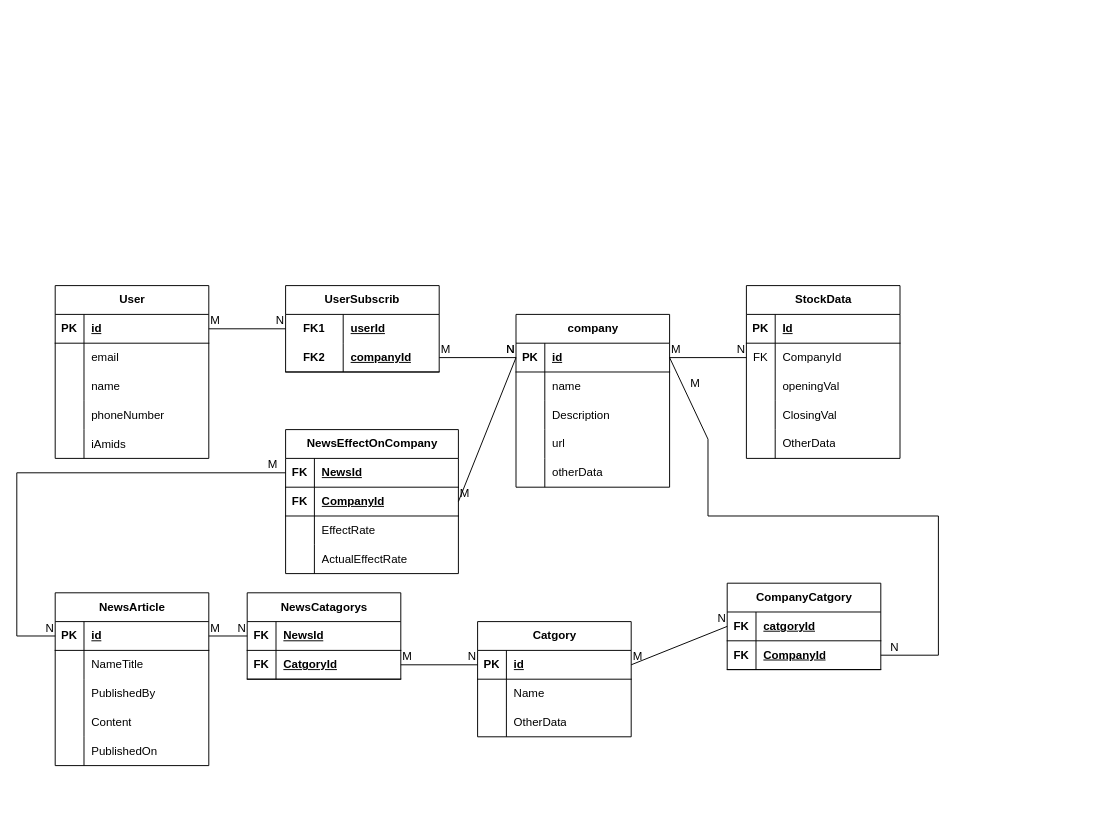
Before: dataBaseDesign.drawio in bvgaurav4/Stocks, a draw.io diagram. Source tidied: cells renumbered, new cells numbered last; positions are measured from the earlier drawing's top-left corner, leaving out a move shared by most shapes. Both pictures are drawn from the tidied source at 96%, with x=0, y=0 at pixel (16, 285).
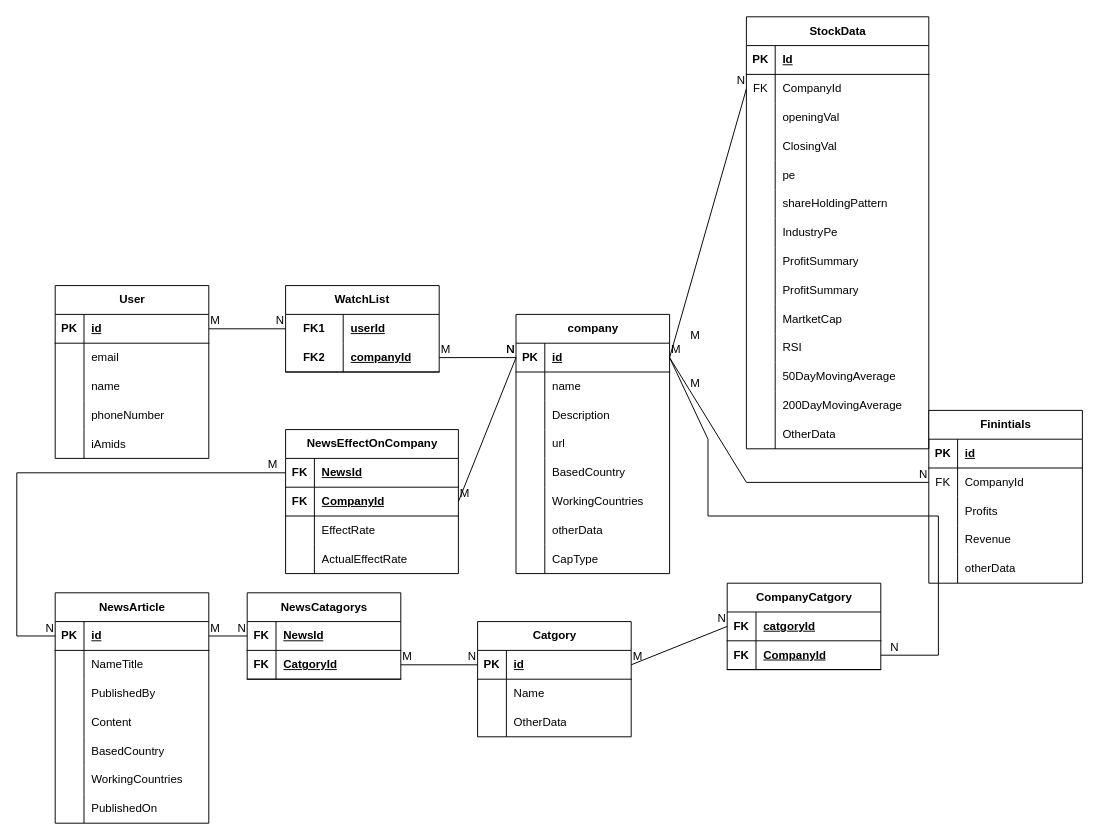
After the change.

The change refers to these unchanged cells:
```xml
<mxCell id="26" style="shape=tableRow;horizontal=0;startSize=0;swimlaneHead=0;swimlaneBody=0;fillColor=none;points=[[0,0.5],[1,0.5]];portConstraint=eastwest;top=0;left=0;right=0;bottom=1;" parent="25" vertex="1">
  <mxGeometry y="30" width="160" height="30" as="geometry" />
</mxCell>
```

The edit, as a diff of the source:
```diff
@@
-    <mxCell id="18" value="UserSubscrib" style="shape=table;startSize=30;childLayout=tableLayout;rowLines=0;fontStyle=1;align=center;html=1;whiteSpace=wrap;" parent="1" vertex="1">
+    <mxCell id="18" value="WatchList" style="shape=table;startSize=30;childLayout=tableLayout;rowLines=0;fontStyle=1;align=center;html=1;whiteSpace=wrap;" parent="1" vertex="1">
       <mxGeometry x="280" width="160" height="90" as="geometry" />
     </mxCell>
@@
     <mxCell id="25" value="company" style="shape=table;startSize=30;childLayout=tableLayout;rowLines=0;fontStyle=1;align=center;html=1;" parent="1" vertex="1">
-      <mxGeometry x="520" y="30" width="160" height="180" as="geometry" />
+      <mxGeometry x="520" y="30" width="160" height="270" as="geometry" />
     </mxCell>
@@
+    <mxCell id="137" style="shape=tableRow;horizontal=0;startSize=0;swimlaneHead=0;swimlaneBody=0;fillColor=none;top=0;left=0;right=0;bottom=0;" parent="25" vertex="1">
+      <mxGeometry y="150" width="160" height="30" as="geometry" />
+    </mxCell>
+    <mxCell id="138" style="shape=partialRectangle;fillColor=none;top=0;left=0;bottom=0;right=0;overflow=hidden;whiteSpace=wrap;html=1;" parent="137" vertex="1">
+      <mxGeometry width="30" height="30" as="geometry" />
+    </mxCell>
+    <mxCell id="139" value="BasedCountry" style="shape=partialRectangle;fillColor=none;top=0;left=0;bottom=0;right=0;align=left;spacingLeft=6;overflow=hidden;whiteSpace=wrap;html=1;" parent="137" vertex="1">
+      <mxGeometry x="30" width="130" height="30" as="geometry" />
+    </mxCell>
     <mxCell id="38" style="shape=tableRow;horizontal=0;startSize=0;swimlaneHead=0;swimlaneBody=0;fillColor=none;top=0;left=0;right=0;bottom=0;" parent="25" vertex="1">
-      <mxGeometry y="150" width="160" height="30" as="geometry" />
+      <mxGeometry y="180" width="160" height="30" as="geometry" />
     </mxCell>
@@
-    <mxCell id="40" value="otherData" style="shape=partialRectangle;fillColor=none;top=0;left=0;bottom=0;right=0;align=left;spacingLeft=6;overflow=hidden;whiteSpace=wrap;html=1;" parent="38" vertex="1">
+    <mxCell id="40" value="WorkingCountries" style="shape=partialRectangle;fillColor=none;top=0;left=0;bottom=0;right=0;align=left;spacingLeft=6;overflow=hidden;whiteSpace=wrap;html=1;" parent="38" vertex="1">
       <mxGeometry x="30" width="130" height="30" as="geometry" />
     </mxCell>
+    <mxCell id="140" style="shape=tableRow;horizontal=0;startSize=0;swimlaneHead=0;swimlaneBody=0;fillColor=none;top=0;left=0;right=0;bottom=0;" parent="25" vertex="1">
+      <mxGeometry y="210" width="160" height="30" as="geometry" />
+    </mxCell>
+    <mxCell id="141" style="shape=partialRectangle;fillColor=none;top=0;left=0;bottom=0;right=0;overflow=hidden;whiteSpace=wrap;html=1;" parent="140" vertex="1">
+      <mxGeometry width="30" height="30" as="geometry" />
+    </mxCell>
+    <mxCell id="142" value="otherData" style="shape=partialRectangle;fillColor=none;top=0;left=0;bottom=0;right=0;align=left;spacingLeft=6;overflow=hidden;whiteSpace=wrap;html=1;" parent="140" vertex="1">
+      <mxGeometry x="30" width="130" height="30" as="geometry" />
+    </mxCell>
+    <mxCell id="143" style="shape=tableRow;horizontal=0;startSize=0;swimlaneHead=0;swimlaneBody=0;fillColor=none;top=0;left=0;right=0;bottom=0;" parent="25" vertex="1">
+      <mxGeometry y="240" width="160" height="30" as="geometry" />
+    </mxCell>
+    <mxCell id="144" style="shape=partialRectangle;fillColor=none;top=0;left=0;bottom=0;right=0;overflow=hidden;whiteSpace=wrap;html=1;" parent="143" vertex="1">
+      <mxGeometry width="30" height="30" as="geometry" />
+    </mxCell>
+    <mxCell id="145" value="CapType" style="shape=partialRectangle;fillColor=none;top=0;left=0;bottom=0;right=0;align=left;spacingLeft=6;overflow=hidden;whiteSpace=wrap;html=1;" parent="143" vertex="1">
+      <mxGeometry x="30" width="130" height="30" as="geometry" />
+    </mxCell>
     <mxCell id="41" value="NewsArticle" style="shape=table;startSize=30;childLayout=tableLayout;rowLines=0;fontStyle=1;align=center;html=1;" parent="1" vertex="1">
-      <mxGeometry x="40" y="320" width="160" height="180" as="geometry" />
+      <mxGeometry x="40" y="320" width="160" height="240" as="geometry" />
     </mxCell>
@@
+    <mxCell id="146" style="shape=tableRow;horizontal=0;startSize=0;swimlaneHead=0;swimlaneBody=0;fillColor=none;top=0;left=0;right=0;bottom=0;" parent="41" vertex="1">
+      <mxGeometry y="150" width="160" height="30" as="geometry" />
+    </mxCell>
+    <mxCell id="147" style="shape=partialRectangle;fillColor=none;top=0;left=0;bottom=0;right=0;overflow=hidden;whiteSpace=wrap;html=1;" parent="146" vertex="1">
+      <mxGeometry width="30" height="30" as="geometry" />
+    </mxCell>
+    <mxCell id="148" value="&lt;span style=&quot;color: rgb(0, 0, 0);&quot;&gt;BasedCountry&lt;/span&gt;" style="shape=partialRectangle;fillColor=none;top=0;left=0;bottom=0;right=0;align=left;spacingLeft=6;overflow=hidden;whiteSpace=wrap;html=1;" parent="146" vertex="1">
+      <mxGeometry x="30" width="130" height="30" as="geometry" />
+    </mxCell>
+    <mxCell id="149" style="shape=tableRow;horizontal=0;startSize=0;swimlaneHead=0;swimlaneBody=0;fillColor=none;top=0;left=0;right=0;bottom=0;" parent="41" vertex="1">
+      <mxGeometry y="180" width="160" height="30" as="geometry" />
+    </mxCell>
+    <mxCell id="150" style="shape=partialRectangle;fillColor=none;top=0;left=0;bottom=0;right=0;overflow=hidden;whiteSpace=wrap;html=1;" parent="149" vertex="1">
+      <mxGeometry width="30" height="30" as="geometry" />
+    </mxCell>
+    <mxCell id="151" value="&lt;span style=&quot;color: rgb(0, 0, 0);&quot;&gt;WorkingCountries&lt;/span&gt;" style="shape=partialRectangle;fillColor=none;top=0;left=0;bottom=0;right=0;align=left;spacingLeft=6;overflow=hidden;whiteSpace=wrap;html=1;" parent="149" vertex="1">
+      <mxGeometry x="30" width="130" height="30" as="geometry" />
+    </mxCell>
     <mxCell id="54" style="shape=tableRow;horizontal=0;startSize=0;swimlaneHead=0;swimlaneBody=0;fillColor=none;top=0;left=0;right=0;bottom=0;" parent="41" vertex="1">
-      <mxGeometry y="150" width="160" height="30" as="geometry" />
+      <mxGeometry y="210" width="160" height="30" as="geometry" />
     </mxCell>
@@
     <mxCell id="81" value="StockData" style="shape=table;startSize=30;childLayout=tableLayout;rowLines=0;fontStyle=1;align=center;html=1;" parent="1" vertex="1">
-      <mxGeometry x="760" width="160" height="180" as="geometry" />
+      <mxGeometry x="760" y="-280" width="190" height="450" as="geometry" />
     </mxCell>
     <mxCell id="82" style="shape=tableRow;horizontal=0;startSize=0;swimlaneHead=0;swimlaneBody=0;fillColor=none;top=0;left=0;right=0;bottom=1;" parent="81" vertex="1">
-      <mxGeometry y="30" width="160" height="30" as="geometry" />
+      <mxGeometry y="30" width="190" height="30" as="geometry" />
     </mxCell>
@@
     <mxCell id="84" value="Id" style="shape=partialRectangle;fillColor=none;top=0;left=0;bottom=0;right=0;align=left;spacingLeft=6;fontStyle=5;overflow=hidden;whiteSpace=wrap;html=1;" parent="82" vertex="1">
-      <mxGeometry x="30" width="130" height="30" as="geometry" />
+      <mxGeometry x="30" width="160" height="30" as="geometry" />
     </mxCell>
     <mxCell id="85" style="shape=tableRow;horizontal=0;startSize=0;swimlaneHead=0;swimlaneBody=0;fillColor=none;points=[[0,0.5],[1,0.5]];portConstraint=eastwest;top=0;left=0;right=0;bottom=0;" parent="81" vertex="1">
-      <mxGeometry y="60" width="160" height="30" as="geometry" />
+      <mxGeometry y="60" width="190" height="30" as="geometry" />
     </mxCell>
@@
     <mxCell id="87" value="CompanyId" style="shape=partialRectangle;fillColor=none;top=0;left=0;bottom=0;right=0;align=left;spacingLeft=6;overflow=hidden;whiteSpace=wrap;html=1;" parent="85" vertex="1">
-      <mxGeometry x="30" width="130" height="30" as="geometry" />
+      <mxGeometry x="30" width="160" height="30" as="geometry" />
     </mxCell>
     <mxCell id="88" style="shape=tableRow;horizontal=0;startSize=0;swimlaneHead=0;swimlaneBody=0;fillColor=none;top=0;left=0;right=0;bottom=0;" parent="81" vertex="1">
-      <mxGeometry y="90" width="160" height="30" as="geometry" />
+      <mxGeometry y="90" width="190" height="30" as="geometry" />
     </mxCell>
@@
     <mxCell id="90" value="openingVal" style="shape=partialRectangle;fillColor=none;top=0;left=0;bottom=0;right=0;align=left;spacingLeft=6;overflow=hidden;whiteSpace=wrap;html=1;" parent="88" vertex="1">
-      <mxGeometry x="30" width="130" height="30" as="geometry" />
+      <mxGeometry x="30" width="160" height="30" as="geometry" />
     </mxCell>
     <mxCell id="91" style="shape=tableRow;horizontal=0;startSize=0;swimlaneHead=0;swimlaneBody=0;fillColor=none;top=0;left=0;right=0;bottom=0;" parent="81" vertex="1">
-      <mxGeometry y="120" width="160" height="30" as="geometry" />
+      <mxGeometry y="120" width="190" height="30" as="geometry" />
     </mxCell>
@@
     <mxCell id="93" value="ClosingVal" style="shape=partialRectangle;fillColor=none;top=0;left=0;bottom=0;right=0;align=left;spacingLeft=6;overflow=hidden;whiteSpace=wrap;html=1;" parent="91" vertex="1">
-      <mxGeometry x="30" width="130" height="30" as="geometry" />
+      <mxGeometry x="30" width="160" height="30" as="geometry" />
     </mxCell>
     <mxCell id="94" style="shape=tableRow;horizontal=0;startSize=0;swimlaneHead=0;swimlaneBody=0;fillColor=none;top=0;left=0;right=0;bottom=0;" parent="81" vertex="1">
-      <mxGeometry y="150" width="160" height="30" as="geometry" />
+      <mxGeometry y="150" width="190" height="30" as="geometry" />
     </mxCell>
@@
-    <mxCell id="96" value="OtherData" style="shape=partialRectangle;fillColor=none;top=0;left=0;bottom=0;right=0;align=left;spacingLeft=6;overflow=hidden;whiteSpace=wrap;html=1;" parent="94" vertex="1">
-      <mxGeometry x="30" width="130" height="30" as="geometry" />
+    <mxCell id="96" value="pe" style="shape=partialRectangle;fillColor=none;top=0;left=0;bottom=0;right=0;align=left;spacingLeft=6;overflow=hidden;whiteSpace=wrap;html=1;" parent="94" vertex="1">
+      <mxGeometry x="30" width="160" height="30" as="geometry" />
     </mxCell>
+    <mxCell id="152" style="shape=tableRow;horizontal=0;startSize=0;swimlaneHead=0;swimlaneBody=0;fillColor=none;top=0;left=0;right=0;bottom=0;" parent="81" vertex="1">
+      <mxGeometry y="180" width="190" height="30" as="geometry" />
+    </mxCell>
+    <mxCell id="153" style="shape=partialRectangle;fillColor=none;top=0;left=0;bottom=0;right=0;overflow=hidden;whiteSpace=wrap;html=1;" parent="152" vertex="1">
+      <mxGeometry width="30" height="30" as="geometry" />
+    </mxCell>
+    <mxCell id="154" value="shareHoldingPattern" style="shape=partialRectangle;fillColor=none;top=0;left=0;bottom=0;right=0;align=left;spacingLeft=6;overflow=hidden;whiteSpace=wrap;html=1;" parent="152" vertex="1">
+      <mxGeometry x="30" width="160" height="30" as="geometry" />
+    </mxCell>
+    <mxCell id="155" style="shape=tableRow;horizontal=0;startSize=0;swimlaneHead=0;swimlaneBody=0;fillColor=none;top=0;left=0;right=0;bottom=0;" parent="81" vertex="1">
+      <mxGeometry y="210" width="190" height="30" as="geometry" />
+    </mxCell>
+    <mxCell id="156" style="shape=partialRectangle;fillColor=none;top=0;left=0;bottom=0;right=0;overflow=hidden;whiteSpace=wrap;html=1;" parent="155" vertex="1">
+      <mxGeometry width="30" height="30" as="geometry" />
+    </mxCell>
+    <mxCell id="157" value="IndustryPe" style="shape=partialRectangle;fillColor=none;top=0;left=0;bottom=0;right=0;align=left;spacingLeft=6;overflow=hidden;whiteSpace=wrap;html=1;" parent="155" vertex="1">
+      <mxGeometry x="30" width="160" height="30" as="geometry" />
+    </mxCell>
+    <mxCell id="158" style="shape=tableRow;horizontal=0;startSize=0;swimlaneHead=0;swimlaneBody=0;fillColor=none;top=0;left=0;right=0;bottom=0;" parent="81" vertex="1">
+      <mxGeometry y="240" width="190" height="30" as="geometry" />
+    </mxCell>
+    <mxCell id="159" style="shape=partialRectangle;fillColor=none;top=0;left=0;bottom=0;right=0;overflow=hidden;whiteSpace=wrap;html=1;" parent="158" vertex="1">
+      <mxGeometry width="30" height="30" as="geometry" />
+    </mxCell>
+    <mxCell id="160" value="ProfitSummary" style="shape=partialRectangle;fillColor=none;top=0;left=0;bottom=0;right=0;align=left;spacingLeft=6;overflow=hidden;whiteSpace=wrap;html=1;" parent="158" vertex="1">
+      <mxGeometry x="30" width="160" height="30" as="geometry" />
+    </mxCell>
+    <mxCell id="161" style="shape=tableRow;horizontal=0;startSize=0;swimlaneHead=0;swimlaneBody=0;fillColor=none;top=0;left=0;right=0;bottom=0;" parent="81" vertex="1">
+      <mxGeometry y="270" width="190" height="30" as="geometry" />
+    </mxCell>
+    <mxCell id="162" style="shape=partialRectangle;fillColor=none;top=0;left=0;bottom=0;right=0;overflow=hidden;whiteSpace=wrap;html=1;" parent="161" vertex="1">
+      <mxGeometry width="30" height="30" as="geometry" />
+    </mxCell>
+    <mxCell id="163" value="ProfitSummary" style="shape=partialRectangle;fillColor=none;top=0;left=0;bottom=0;right=0;align=left;spacingLeft=6;overflow=hidden;whiteSpace=wrap;html=1;" parent="161" vertex="1">
+      <mxGeometry x="30" width="160" height="30" as="geometry" />
+    </mxCell>
+    <mxCell id="164" style="shape=tableRow;horizontal=0;startSize=0;swimlaneHead=0;swimlaneBody=0;fillColor=none;top=0;left=0;right=0;bottom=0;" parent="81" vertex="1">
+      <mxGeometry y="300" width="190" height="30" as="geometry" />
+    </mxCell>
+    <mxCell id="165" style="shape=partialRectangle;fillColor=none;top=0;left=0;bottom=0;right=0;overflow=hidden;whiteSpace=wrap;html=1;" parent="164" vertex="1">
+      <mxGeometry width="30" height="30" as="geometry" />
+    </mxCell>
+    <mxCell id="166" value="MartketCap" style="shape=partialRectangle;fillColor=none;top=0;left=0;bottom=0;right=0;align=left;spacingLeft=6;overflow=hidden;whiteSpace=wrap;html=1;" parent="164" vertex="1">
+      <mxGeometry x="30" width="160" height="30" as="geometry" />
+    </mxCell>
+    <mxCell id="167" style="shape=tableRow;horizontal=0;startSize=0;swimlaneHead=0;swimlaneBody=0;fillColor=none;top=0;left=0;right=0;bottom=0;" parent="81" vertex="1">
+      <mxGeometry y="330" width="190" height="30" as="geometry" />
+    </mxCell>
+    <mxCell id="168" style="shape=partialRectangle;fillColor=none;top=0;left=0;bottom=0;right=0;overflow=hidden;whiteSpace=wrap;html=1;" parent="167" vertex="1">
+      <mxGeometry width="30" height="30" as="geometry" />
+    </mxCell>
+    <mxCell id="169" value="RSI" style="shape=partialRectangle;fillColor=none;top=0;left=0;bottom=0;right=0;align=left;spacingLeft=6;overflow=hidden;whiteSpace=wrap;html=1;" parent="167" vertex="1">
+      <mxGeometry x="30" width="160" height="30" as="geometry" />
+    </mxCell>
+    <mxCell id="170" style="shape=tableRow;horizontal=0;startSize=0;swimlaneHead=0;swimlaneBody=0;fillColor=none;top=0;left=0;right=0;bottom=0;" parent="81" vertex="1">
+      <mxGeometry y="360" width="190" height="30" as="geometry" />
+    </mxCell>
+    <mxCell id="171" style="shape=partialRectangle;fillColor=none;top=0;left=0;bottom=0;right=0;overflow=hidden;whiteSpace=wrap;html=1;" parent="170" vertex="1">
+      <mxGeometry width="30" height="30" as="geometry" />
+    </mxCell>
+    <mxCell id="172" value="50DayMovingAverage" style="shape=partialRectangle;fillColor=none;top=0;left=0;bottom=0;right=0;align=left;spacingLeft=6;overflow=hidden;whiteSpace=wrap;html=1;" parent="170" vertex="1">
+      <mxGeometry x="30" width="160" height="30" as="geometry" />
+    </mxCell>
+    <mxCell id="173" style="shape=tableRow;horizontal=0;startSize=0;swimlaneHead=0;swimlaneBody=0;fillColor=none;top=0;left=0;right=0;bottom=0;" parent="81" vertex="1">
+      <mxGeometry y="390" width="190" height="30" as="geometry" />
+    </mxCell>
+    <mxCell id="174" style="shape=partialRectangle;fillColor=none;top=0;left=0;bottom=0;right=0;overflow=hidden;whiteSpace=wrap;html=1;" parent="173" vertex="1">
+      <mxGeometry width="30" height="30" as="geometry" />
+    </mxCell>
+    <mxCell id="175" value="200DayMovingAverage" style="shape=partialRectangle;fillColor=none;top=0;left=0;bottom=0;right=0;align=left;spacingLeft=6;overflow=hidden;whiteSpace=wrap;html=1;" parent="173" vertex="1">
+      <mxGeometry x="30" width="160" height="30" as="geometry" />
+    </mxCell>
+    <mxCell id="176" style="shape=tableRow;horizontal=0;startSize=0;swimlaneHead=0;swimlaneBody=0;fillColor=none;top=0;left=0;right=0;bottom=0;" parent="81" vertex="1">
+      <mxGeometry y="420" width="190" height="30" as="geometry" />
+    </mxCell>
+    <mxCell id="177" style="shape=partialRectangle;fillColor=none;top=0;left=0;bottom=0;right=0;overflow=hidden;whiteSpace=wrap;html=1;" parent="176" vertex="1">
+      <mxGeometry width="30" height="30" as="geometry" />
+    </mxCell>
+    <mxCell id="178" value="OtherData" style="shape=partialRectangle;fillColor=none;top=0;left=0;bottom=0;right=0;align=left;spacingLeft=6;overflow=hidden;whiteSpace=wrap;html=1;" parent="176" vertex="1">
+      <mxGeometry x="30" width="160" height="30" as="geometry" />
+    </mxCell>
@@
-    <mxCell id="103" style="endArrow=none;html=1;rounded=0;exitX=1;exitY=0.5;exitDx=0;exitDy=0;" parent="1" edge="1" source="26" target="85">
+    <mxCell id="103" style="endArrow=none;html=1;rounded=0;exitX=1;exitY=0.5;exitDx=0;exitDy=0;entryX=0;entryY=0.5;entryDx=0;entryDy=0;" parent="1" edge="1" source="26" target="85">
       <mxGeometry relative="1" as="geometry" />
     </mxCell>
@@
+    <mxCell id="179" value="Finintials" style="shape=table;startSize=30;childLayout=tableLayout;rowLines=0;fontStyle=1;align=center;html=1;" parent="1" vertex="1">
+      <mxGeometry x="950" y="130" width="160" height="180" as="geometry" />
+    </mxCell>
+    <mxCell id="180" style="shape=tableRow;horizontal=0;startSize=0;swimlaneHead=0;swimlaneBody=0;fillColor=none;top=0;left=0;right=0;bottom=1;" parent="179" vertex="1">
+      <mxGeometry y="30" width="160" height="30" as="geometry" />
+    </mxCell>
+    <mxCell id="181" value="PK" style="shape=partialRectangle;fillColor=none;top=0;left=0;bottom=0;right=0;fontStyle=1;overflow=hidden;whiteSpace=wrap;html=1;" parent="180" vertex="1">
+      <mxGeometry width="30" height="30" as="geometry" />
+    </mxCell>
+    <mxCell id="182" value="id" style="shape=partialRectangle;fillColor=none;top=0;left=0;bottom=0;right=0;align=left;spacingLeft=6;fontStyle=5;overflow=hidden;whiteSpace=wrap;html=1;" parent="180" vertex="1">
+      <mxGeometry x="30" width="130" height="30" as="geometry" />
+    </mxCell>
+    <mxCell id="183" style="shape=tableRow;horizontal=0;startSize=0;swimlaneHead=0;swimlaneBody=0;fillColor=none;points=[[0,0.5],[1,0.5]];portConstraint=eastwest;top=0;left=0;right=0;bottom=0;" parent="179" vertex="1">
+      <mxGeometry y="60" width="160" height="30" as="geometry" />
+    </mxCell>
+    <mxCell id="184" value="FK" style="shape=partialRectangle;fillColor=none;top=0;left=0;bottom=0;right=0;overflow=hidden;whiteSpace=wrap;html=1;" parent="183" vertex="1">
+      <mxGeometry width="30" height="30" as="geometry" />
+    </mxCell>
+    <mxCell id="185" value="CompanyId" style="shape=partialRectangle;fillColor=none;top=0;left=0;bottom=0;right=0;align=left;spacingLeft=6;overflow=hidden;whiteSpace=wrap;html=1;" parent="183" vertex="1">
+      <mxGeometry x="30" width="130" height="30" as="geometry" />
+    </mxCell>
+    <mxCell id="186" style="shape=tableRow;horizontal=0;startSize=0;swimlaneHead=0;swimlaneBody=0;fillColor=none;top=0;left=0;right=0;bottom=0;" parent="179" vertex="1">
+      <mxGeometry y="90" width="160" height="30" as="geometry" />
+    </mxCell>
+    <mxCell id="187" style="shape=partialRectangle;fillColor=none;top=0;left=0;bottom=0;right=0;overflow=hidden;whiteSpace=wrap;html=1;" parent="186" vertex="1">
+      <mxGeometry width="30" height="30" as="geometry" />
+    </mxCell>
+    <mxCell id="188" value="Profits" style="shape=partialRectangle;fillColor=none;top=0;left=0;bottom=0;right=0;align=left;spacingLeft=6;overflow=hidden;whiteSpace=wrap;html=1;" parent="186" vertex="1">
+      <mxGeometry x="30" width="130" height="30" as="geometry" />
+    </mxCell>
+    <mxCell id="189" style="shape=tableRow;horizontal=0;startSize=0;swimlaneHead=0;swimlaneBody=0;fillColor=none;top=0;left=0;right=0;bottom=0;" parent="179" vertex="1">
+      <mxGeometry y="120" width="160" height="30" as="geometry" />
+    </mxCell>
+    <mxCell id="190" style="shape=partialRectangle;fillColor=none;top=0;left=0;bottom=0;right=0;overflow=hidden;whiteSpace=wrap;html=1;" parent="189" vertex="1">
+      <mxGeometry width="30" height="30" as="geometry" />
+    </mxCell>
+    <mxCell id="191" value="Revenue" style="shape=partialRectangle;fillColor=none;top=0;left=0;bottom=0;right=0;align=left;spacingLeft=6;overflow=hidden;whiteSpace=wrap;html=1;" parent="189" vertex="1">
+      <mxGeometry x="30" width="130" height="30" as="geometry" />
+    </mxCell>
+    <mxCell id="192" style="shape=tableRow;horizontal=0;startSize=0;swimlaneHead=0;swimlaneBody=0;fillColor=none;top=0;left=0;right=0;bottom=0;" parent="179" vertex="1">
+      <mxGeometry y="150" width="160" height="30" as="geometry" />
+    </mxCell>
+    <mxCell id="193" style="shape=partialRectangle;fillColor=none;top=0;left=0;bottom=0;right=0;overflow=hidden;whiteSpace=wrap;html=1;" parent="192" vertex="1">
+      <mxGeometry width="30" height="30" as="geometry" />
+    </mxCell>
+    <mxCell id="194" value="otherData" style="shape=partialRectangle;fillColor=none;top=0;left=0;bottom=0;right=0;align=left;spacingLeft=6;overflow=hidden;whiteSpace=wrap;html=1;" parent="192" vertex="1">
+      <mxGeometry x="30" width="130" height="30" as="geometry" />
+    </mxCell>
+    <mxCell id="195" style="endArrow=none;html=1;rounded=0;exitX=1;exitY=0.5;exitDx=0;exitDy=0;entryX=0;entryY=0.5;entryDx=0;entryDy=0;" parent="1" edge="1" source="26" target="183">
+      <mxGeometry relative="1" as="geometry">
+        <Array as="points">
+          <mxPoint x="760" y="205" />
+        </Array>
+      </mxGeometry>
+    </mxCell>
+    <mxCell id="196" value="M" style="html=1;whiteSpace=wrap;align=left;verticalAlign=bottom;" parent="195" vertex="1">
+      <mxGeometry x="-1" relative="1" as="geometry">
+        <mxPoint x="20" y="-15" as="offset" />
+      </mxGeometry>
+    </mxCell>
+    <mxCell id="197" value="N" style="html=1;whiteSpace=wrap;align=right;verticalAlign=bottom;" parent="195" vertex="1">
+      <mxGeometry x="1" relative="1" as="geometry" />
+    </mxCell>
```
